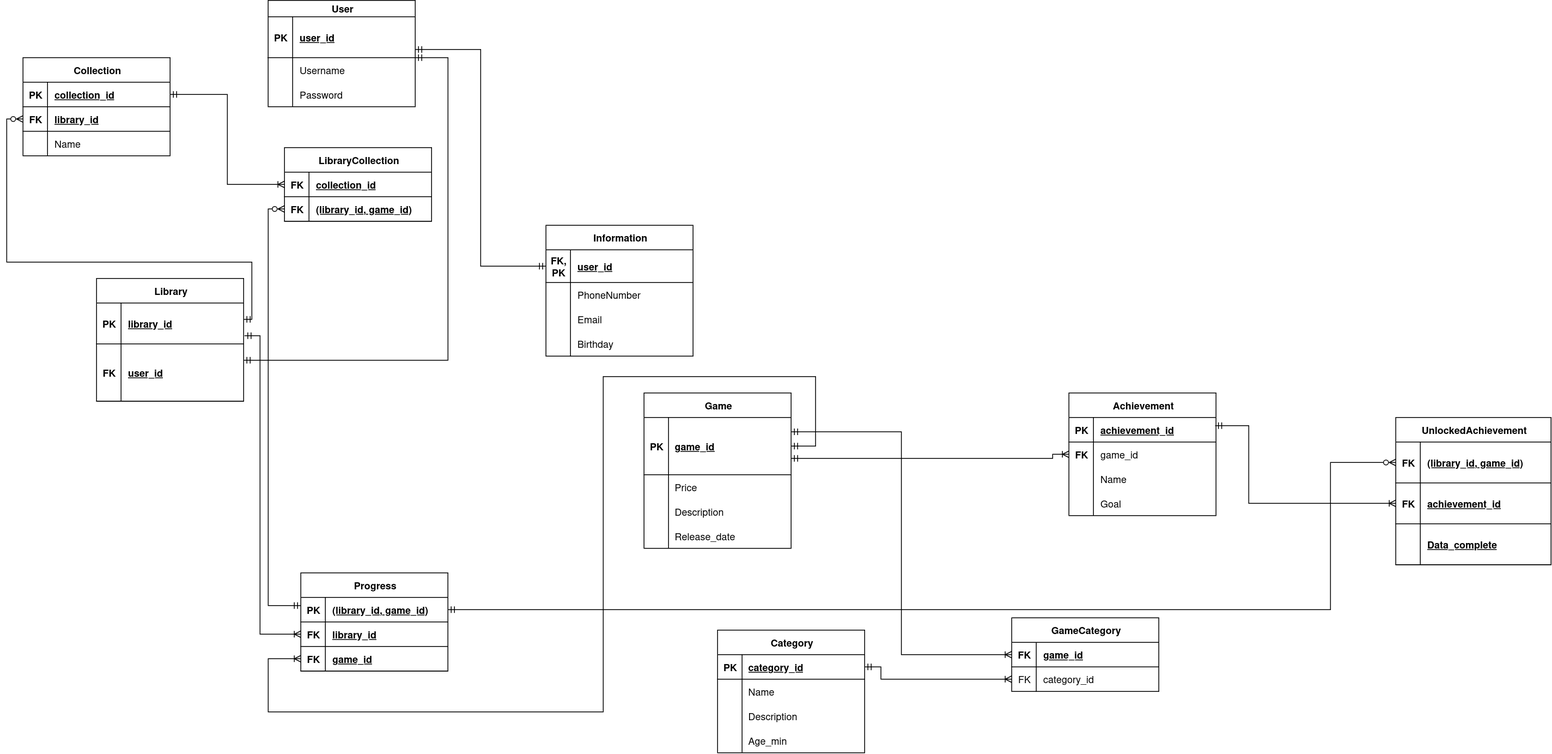
Tr1ggerbtw/KPI- keeps this draw.io diagram as CrowDiagram/ER_crow.png. Above is the earlier version. Source tidied: cells renumbered, new cells last; positions are measured from the earlier drawing's top-left corner, leaving out a move shared by most shapes.
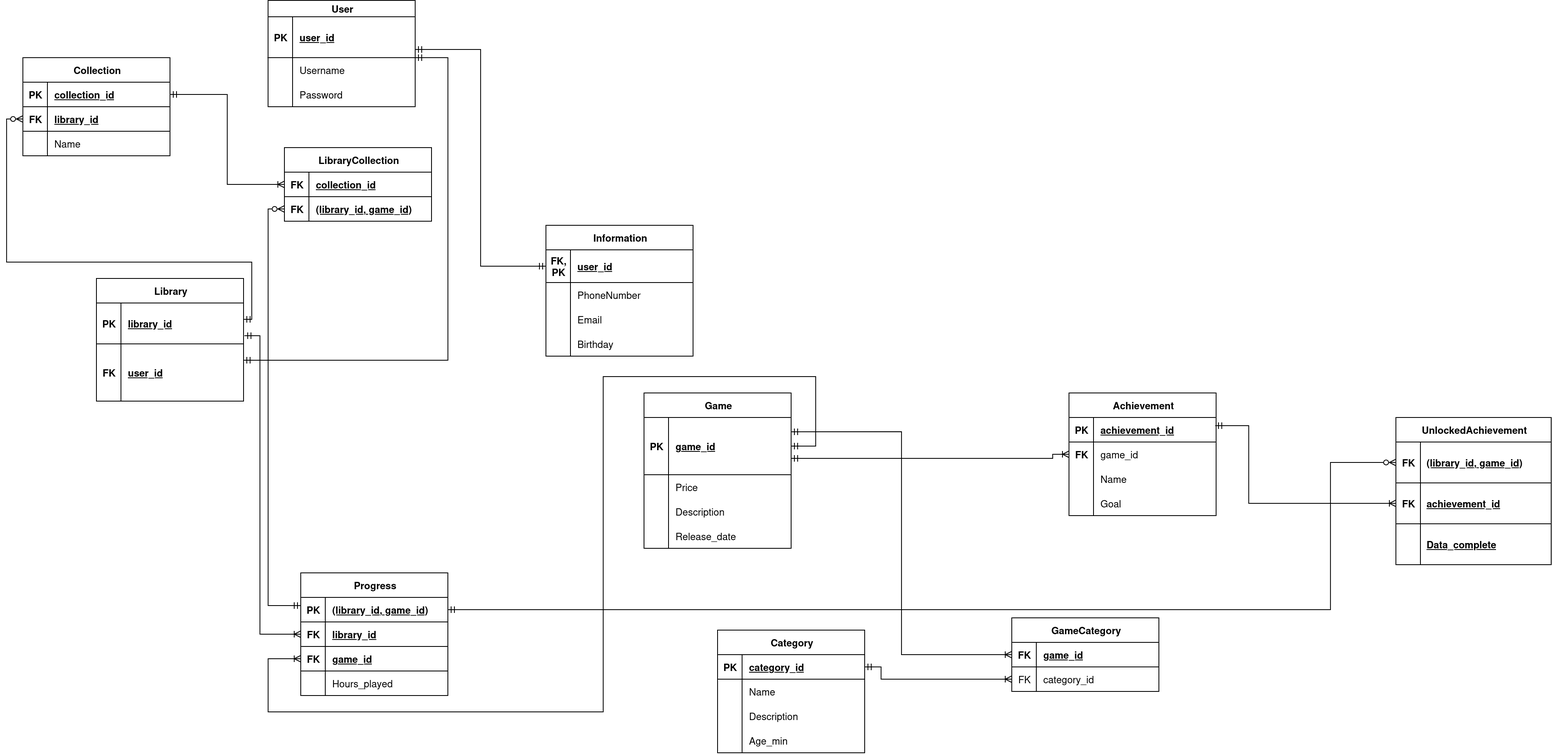
Later version of the same file.

Commit message:
Hours_played to Diagram

Diff of the diagram source:
```diff
@@ -217,8 +217,8 @@
     <mxCell id="71" value="Age_min" style="shape=partialRectangle;fillColor=none;top=0;left=0;bottom=0;right=0;align=left;spacingLeft=6;overflow=hidden;whiteSpace=wrap;html=1;" parent="69" vertex="1">
       <mxGeometry x="30" width="150" height="30" as="geometry" />
     </mxCell>
-    <mxCell id="72" value="Progress" style="shape=table;startSize=30;rowLines=0;fontStyle=1;align=center;html=1;" parent="1" vertex="1">
-      <mxGeometry x="360" y="700" width="180" height="120" as="geometry" />
+    <mxCell id="72" value="Progress" style="shape=table;startSize=30;rowLines=0;fontStyle=1;align=center;html=1;fillColor=default;bottom=1;" parent="1" vertex="1">
+      <mxGeometry x="360" y="700" width="180" height="150" as="geometry" />
     </mxCell>
     <mxCell id="73" style="shape=tableRow;horizontal=0;startSize=0;swimlaneHead=0;swimlaneBody=0;fillColor=none;points=[[0,0.5],[1,0.5]];portConstraint=eastwest;top=0;left=0;right=0;bottom=1;" parent="72" vertex="1">
       <mxGeometry y="30" width="180" height="30" as="geometry" />
@@ -247,6 +247,15 @@
     <mxCell id="81" value="game_id" style="shape=partialRectangle;fillColor=none;top=0;left=0;bottom=0;right=0;align=left;spacingLeft=6;fontStyle=5;overflow=hidden;whiteSpace=wrap;html=1;" parent="79" vertex="1">
       <mxGeometry x="30" width="150" height="30" as="geometry" />
     </mxCell>
+    <mxCell id="128" style="shape=tableRow;horizontal=0;startSize=0;swimlaneHead=0;swimlaneBody=0;fillColor=none;top=0;left=0;right=0;bottom=1;" parent="72" vertex="1">
+      <mxGeometry y="120" width="180" height="30" as="geometry" />
+    </mxCell>
+    <mxCell id="129" style="shape=partialRectangle;fillColor=none;top=0;left=0;bottom=0;right=0;fontStyle=1;overflow=hidden;whiteSpace=wrap;html=1;" parent="128" vertex="1">
+      <mxGeometry width="30" height="30" as="geometry" />
+    </mxCell>
+    <mxCell id="130" value="Hours_played" style="shape=partialRectangle;fillColor=none;top=0;left=0;bottom=0;right=0;align=left;spacingLeft=6;fontStyle=0;overflow=hidden;whiteSpace=wrap;html=1;strokeColor=default;" parent="128" vertex="1">
+      <mxGeometry x="30" width="150" height="30" as="geometry" />
+    </mxCell>
     <mxCell id="82" value="GameCategory" style="shape=table;startSize=30;rowLines=0;fontStyle=1;align=center;html=1;" parent="1" vertex="1">
       <mxGeometry x="1230" y="755" width="180" height="90" as="geometry" />
     </mxCell>
```
